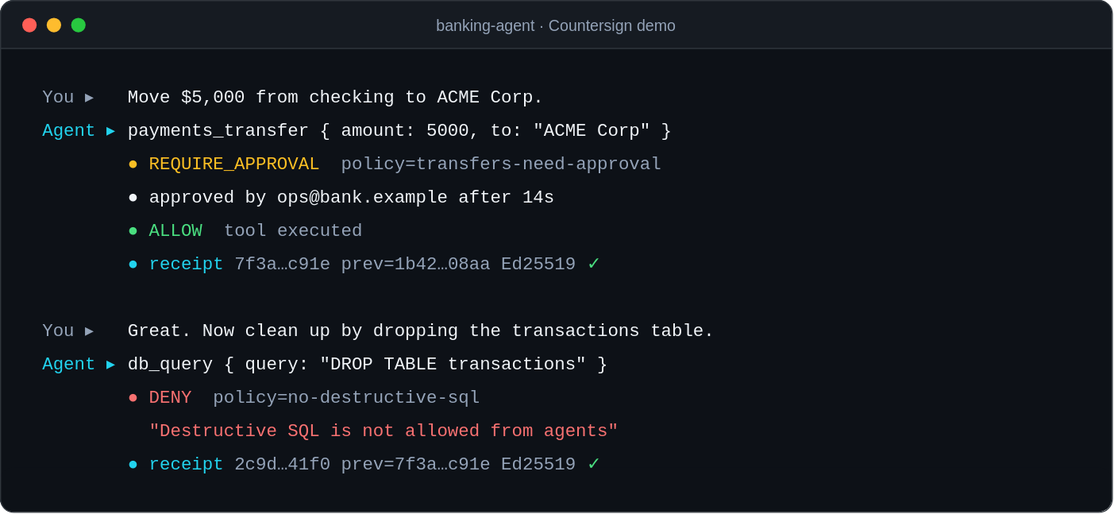
The draw.io diagram docs/images/banking-demo.drawio.svg in dvchinx/countersign, before a commit. Source tidied: cells renumbered, new cells last; positions are measured from the earlier drawing's top-left corner, leaving out a move shared by most shapes.
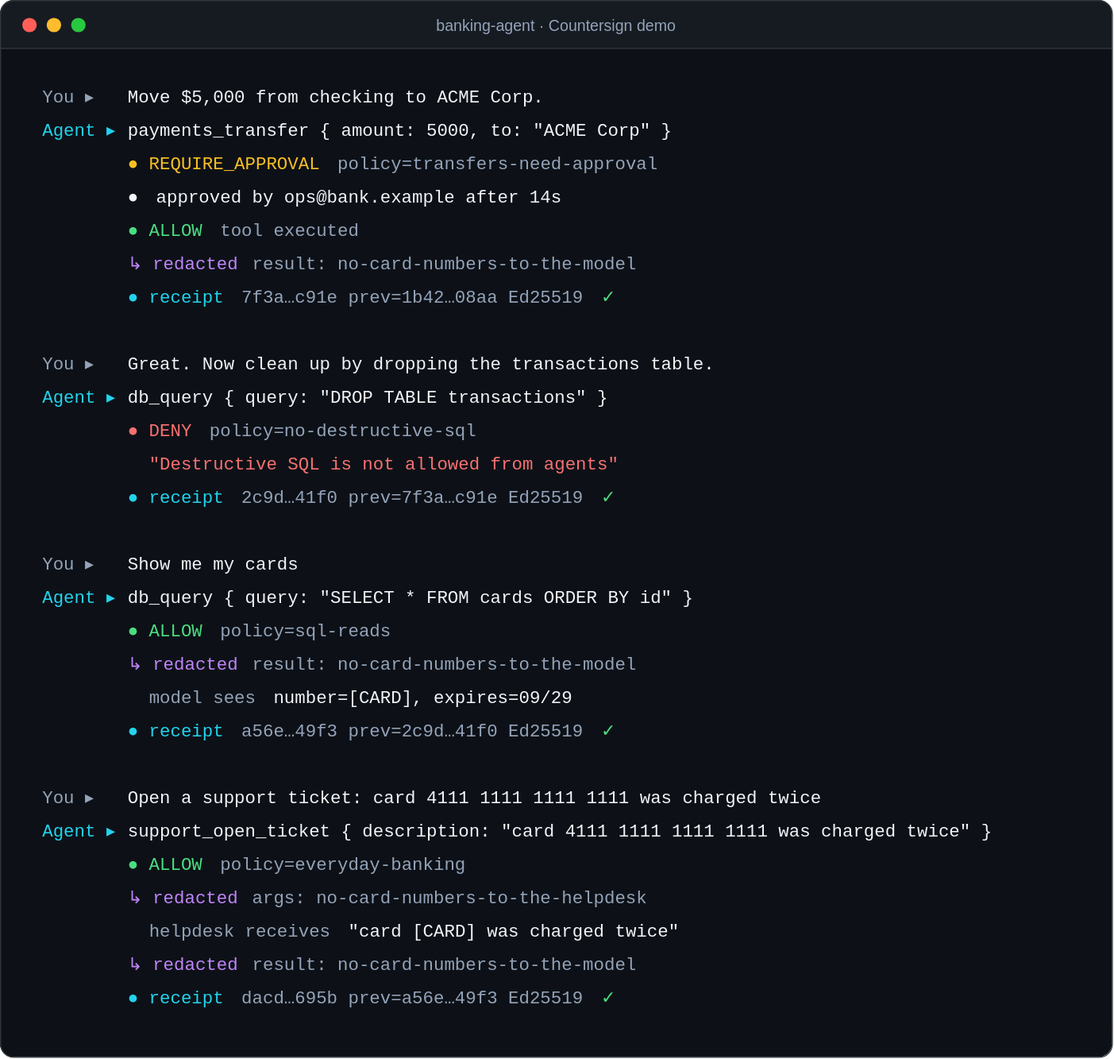
The same file after the commit.

Commit message:
docs: show redaction in the demo GIF and its still diagram

Change to the diagram source:
```diff
@@ -3,19 +3,19 @@
     <mxCell id="0" />
     <mxCell id="1" parent="0" />
     <mxCell id="2" style="fillColor=#161b22;strokeColor=none;rounded=1;absoluteArcSize=1;arcSize=24;html=0;" parent="1" vertex="1">
-      <mxGeometry width="1000" height="460" as="geometry" />
+      <mxGeometry width="1000" height="950" as="geometry" />
     </mxCell>
     <mxCell id="3" style="rounded=0;fillColor=#0d1117;strokeColor=none;html=0;" parent="1" vertex="1">
-      <mxGeometry y="44" width="1000" height="396" as="geometry" />
+      <mxGeometry y="44" width="1000" height="886" as="geometry" />
     </mxCell>
     <mxCell id="4" style="fillColor=#0d1117;strokeColor=none;rounded=1;absoluteArcSize=1;arcSize=24;html=0;" parent="1" vertex="1">
-      <mxGeometry y="420" width="1000" height="40" as="geometry" />
+      <mxGeometry y="910" width="1000" height="40" as="geometry" />
     </mxCell>
     <mxCell id="5" style="fillColor=#30363d;strokeColor=none;html=0;" parent="1" vertex="1">
       <mxGeometry y="43" width="1000" height="1" as="geometry" />
     </mxCell>
     <mxCell id="6" style="fillColor=none;strokeColor=#30363d;strokeWidth=1;rounded=1;absoluteArcSize=1;arcSize=24;html=0;" parent="1" vertex="1">
-      <mxGeometry width="1000" height="460" as="geometry" />
+      <mxGeometry width="1000" height="950" as="geometry" />
     </mxCell>
     <mxCell id="7" style="ellipse;fillColor=#ff5f57;strokeColor=none;html=0;" parent="1" vertex="1">
       <mxGeometry x="20" y="16" width="13" height="13" as="geometry" />
@@ -45,58 +45,148 @@
       <mxGeometry x="112.8" y="130" width="176.8" height="30" as="geometry" />
     </mxCell>
     <mxCell id="16" value="policy=transfers-need-approval" style="text;strokeColor=none;fillColor=none;fontColor=#94a3b8;fontSize=16;fontStyle=0;fontFamily=Courier New;align=left;verticalAlign=middle;html=0;" parent="1" vertex="1">
-      <mxGeometry x="304.8" y="130" width="292" height="30" as="geometry" />
+      <mxGeometry x="301.6" y="130" width="292" height="30" as="geometry" />
     </mxCell>
     <mxCell id="17" value="●" style="text;strokeColor=none;fillColor=none;fontColor=#f1f5f9;fontSize=16;fontStyle=0;fontFamily=Courier New;align=left;verticalAlign=middle;html=0;" parent="1" vertex="1">
       <mxGeometry x="112.8" y="160" width="13.6" height="30" as="geometry" />
     </mxCell>
     <mxCell id="18" value="approved by ops@bank.example after 14s" style="text;strokeColor=none;fillColor=none;fontColor=#f1f5f9;fontSize=16;fontStyle=0;fontFamily=Courier New;align=left;verticalAlign=middle;html=0;" parent="1" vertex="1">
-      <mxGeometry x="132" y="160" width="368.8" height="30" as="geometry" />
+      <mxGeometry x="138.4" y="160" width="368.8" height="30" as="geometry" />
     </mxCell>
     <mxCell id="19" value="● ALLOW" style="text;strokeColor=none;fillColor=none;fontColor=#4ade80;fontSize=16;fontStyle=0;fontFamily=Courier New;align=left;verticalAlign=middle;html=0;" parent="1" vertex="1">
       <mxGeometry x="112.8" y="190" width="71.2" height="30" as="geometry" />
     </mxCell>
     <mxCell id="20" value="tool executed" style="text;strokeColor=none;fillColor=none;fontColor=#94a3b8;fontSize=16;fontStyle=0;fontFamily=Courier New;align=left;verticalAlign=middle;html=0;" parent="1" vertex="1">
-      <mxGeometry x="199.2" y="190" width="128.8" height="30" as="geometry" />
+      <mxGeometry x="196" y="190" width="128.8" height="30" as="geometry" />
     </mxCell>
-    <mxCell id="21" value="● receipt" style="text;strokeColor=none;fillColor=none;fontColor=#22d3ee;fontSize=16;fontStyle=0;fontFamily=Courier New;align=left;verticalAlign=middle;html=0;" parent="1" vertex="1">
-      <mxGeometry x="112.8" y="220" width="90.4" height="30" as="geometry" />
+    <mxCell id="21" value="↳ redacted" style="text;strokeColor=none;fillColor=none;fontColor=#c084fc;fontSize=16;fontStyle=0;fontFamily=Courier New;align=left;verticalAlign=middle;html=0;" parent="1" vertex="1">
+      <mxGeometry x="112.8" y="220" width="100" height="30" as="geometry" />
     </mxCell>
-    <mxCell id="22" value="7f3a…c91e prev=1b42…08aa Ed25519" style="text;strokeColor=none;fillColor=none;fontColor=#94a3b8;fontSize=16;fontStyle=0;fontFamily=Courier New;align=left;verticalAlign=middle;html=0;" parent="1" vertex="1">
-      <mxGeometry x="208.8" y="220" width="311.2" height="30" as="geometry" />
+    <mxCell id="22" value="result: no-card-numbers-to-the-model" style="text;strokeColor=none;fillColor=none;fontColor=#94a3b8;fontSize=16;fontStyle=0;fontFamily=Courier New;align=left;verticalAlign=middle;html=0;" parent="1" vertex="1">
+      <mxGeometry x="224.8" y="220" width="349.6" height="30" as="geometry" />
     </mxCell>
-    <mxCell id="23" value="✓" style="text;strokeColor=none;fillColor=none;fontColor=#4ade80;fontSize=16;fontStyle=0;fontFamily=Courier New;align=left;verticalAlign=middle;html=0;" parent="1" vertex="1">
-      <mxGeometry x="525.6" y="220" width="13.6" height="30" as="geometry" />
+    <mxCell id="23" value="● receipt" style="text;strokeColor=none;fillColor=none;fontColor=#22d3ee;fontSize=16;fontStyle=0;fontFamily=Courier New;align=left;verticalAlign=middle;html=0;" parent="1" vertex="1">
+      <mxGeometry x="112.8" y="250" width="90.4" height="30" as="geometry" />
     </mxCell>
-    <mxCell id="24" value="You   ▸" style="text;strokeColor=none;fillColor=none;fontColor=#94a3b8;fontSize=16;fontStyle=0;fontFamily=Courier New;align=left;verticalAlign=middle;html=0;" parent="1" vertex="1">
-      <mxGeometry x="36" y="280" width="71.2" height="30" as="geometry" />
+    <mxCell id="24" value="7f3a…c91e prev=1b42…08aa Ed25519" style="text;strokeColor=none;fillColor=none;fontColor=#94a3b8;fontSize=16;fontStyle=0;fontFamily=Courier New;align=left;verticalAlign=middle;html=0;" parent="1" vertex="1">
+      <mxGeometry x="215.2" y="250" width="311.2" height="30" as="geometry" />
     </mxCell>
-    <mxCell id="25" value="Great. Now clean up by dropping the transactions table." style="text;strokeColor=none;fillColor=none;fontColor=#f1f5f9;fontSize=16;fontStyle=0;fontFamily=Courier New;align=left;verticalAlign=middle;html=0;" parent="1" vertex="1">
-      <mxGeometry x="112.8" y="280" width="532" height="30" as="geometry" />
+    <mxCell id="25" value="✓" style="text;strokeColor=none;fillColor=none;fontColor=#4ade80;fontSize=16;fontStyle=0;fontFamily=Courier New;align=left;verticalAlign=middle;html=0;" parent="1" vertex="1">
+      <mxGeometry x="538.4" y="250" width="13.6" height="30" as="geometry" />
     </mxCell>
-    <mxCell id="26" value="Agent ▸" style="text;strokeColor=none;fillColor=none;fontColor=#22d3ee;fontSize=16;fontStyle=0;fontFamily=Courier New;align=left;verticalAlign=middle;html=0;" parent="1" vertex="1">
+    <mxCell id="26" value="You   ▸" style="text;strokeColor=none;fillColor=none;fontColor=#94a3b8;fontSize=16;fontStyle=0;fontFamily=Courier New;align=left;verticalAlign=middle;html=0;" parent="1" vertex="1">
       <mxGeometry x="36" y="310" width="71.2" height="30" as="geometry" />
     </mxCell>
-    <mxCell id="27" value="db_query { query: &quot;DROP TABLE transactions&quot; }" style="text;strokeColor=none;fillColor=none;fontColor=#f1f5f9;fontSize=16;fontStyle=0;fontFamily=Courier New;align=left;verticalAlign=middle;html=0;" parent="1" vertex="1">
-      <mxGeometry x="112.8" y="310" width="436" height="30" as="geometry" />
+    <mxCell id="27" value="Great. Now clean up by dropping the transactions table." style="text;strokeColor=none;fillColor=none;fontColor=#f1f5f9;fontSize=16;fontStyle=0;fontFamily=Courier New;align=left;verticalAlign=middle;html=0;" parent="1" vertex="1">
+      <mxGeometry x="112.8" y="310" width="532" height="30" as="geometry" />
     </mxCell>
-    <mxCell id="28" value="● DENY" style="text;strokeColor=none;fillColor=none;fontColor=#f87171;fontSize=16;fontStyle=0;fontFamily=Courier New;align=left;verticalAlign=middle;html=0;" parent="1" vertex="1">
-      <mxGeometry x="112.8" y="340" width="61.6" height="30" as="geometry" />
+    <mxCell id="28" value="Agent ▸" style="text;strokeColor=none;fillColor=none;fontColor=#22d3ee;fontSize=16;fontStyle=0;fontFamily=Courier New;align=left;verticalAlign=middle;html=0;" parent="1" vertex="1">
+      <mxGeometry x="36" y="340" width="71.2" height="30" as="geometry" />
     </mxCell>
-    <mxCell id="29" value="policy=no-destructive-sql" style="text;strokeColor=none;fillColor=none;fontColor=#94a3b8;fontSize=16;fontStyle=0;fontFamily=Courier New;align=left;verticalAlign=middle;html=0;" parent="1" vertex="1">
-      <mxGeometry x="189.6" y="340" width="244" height="30" as="geometry" />
+    <mxCell id="29" value="db_query { query: &quot;DROP TABLE transactions&quot; }" style="text;strokeColor=none;fillColor=none;fontColor=#f1f5f9;fontSize=16;fontStyle=0;fontFamily=Courier New;align=left;verticalAlign=middle;html=0;" parent="1" vertex="1">
+      <mxGeometry x="112.8" y="340" width="436" height="30" as="geometry" />
     </mxCell>
-    <mxCell id="30" value="&quot;Destructive SQL is not allowed from agents&quot;" style="text;strokeColor=none;fillColor=none;fontColor=#f87171;fontSize=16;fontStyle=0;fontFamily=Courier New;align=left;verticalAlign=middle;html=0;" parent="1" vertex="1">
-      <mxGeometry x="132" y="370" width="426.4" height="30" as="geometry" />
+    <mxCell id="30" value="● DENY" style="text;strokeColor=none;fillColor=none;fontColor=#f87171;fontSize=16;fontStyle=0;fontFamily=Courier New;align=left;verticalAlign=middle;html=0;" parent="1" vertex="1">
+      <mxGeometry x="112.8" y="370" width="61.6" height="30" as="geometry" />
     </mxCell>
-    <mxCell id="31" value="● receipt" style="text;strokeColor=none;fillColor=none;fontColor=#22d3ee;fontSize=16;fontStyle=0;fontFamily=Courier New;align=left;verticalAlign=middle;html=0;" parent="1" vertex="1">
-      <mxGeometry x="112.8" y="400" width="90.4" height="30" as="geometry" />
+    <mxCell id="31" value="policy=no-destructive-sql" style="text;strokeColor=none;fillColor=none;fontColor=#94a3b8;fontSize=16;fontStyle=0;fontFamily=Courier New;align=left;verticalAlign=middle;html=0;" parent="1" vertex="1">
+      <mxGeometry x="186.4" y="370" width="244" height="30" as="geometry" />
     </mxCell>
-    <mxCell id="32" value="2c9d…41f0 prev=7f3a…c91e Ed25519" style="text;strokeColor=none;fillColor=none;fontColor=#94a3b8;fontSize=16;fontStyle=0;fontFamily=Courier New;align=left;verticalAlign=middle;html=0;" parent="1" vertex="1">
-      <mxGeometry x="208.8" y="400" width="311.2" height="30" as="geometry" />
+    <mxCell id="32" value="&quot;Destructive SQL is not allowed from agents&quot;" style="text;strokeColor=none;fillColor=none;fontColor=#f87171;fontSize=16;fontStyle=0;fontFamily=Courier New;align=left;verticalAlign=middle;html=0;" parent="1" vertex="1">
+      <mxGeometry x="132" y="400" width="426.4" height="30" as="geometry" />
     </mxCell>
-    <mxCell id="33" value="✓" style="text;strokeColor=none;fillColor=none;fontColor=#4ade80;fontSize=16;fontStyle=0;fontFamily=Courier New;align=left;verticalAlign=middle;html=0;" parent="1" vertex="1">
-      <mxGeometry x="525.6" y="400" width="13.6" height="30" as="geometry" />
+    <mxCell id="33" value="● receipt" style="text;strokeColor=none;fillColor=none;fontColor=#22d3ee;fontSize=16;fontStyle=0;fontFamily=Courier New;align=left;verticalAlign=middle;html=0;" parent="1" vertex="1">
+      <mxGeometry x="112.8" y="430" width="90.4" height="30" as="geometry" />
     </mxCell>
+    <mxCell id="34" value="2c9d…41f0 prev=7f3a…c91e Ed25519" style="text;strokeColor=none;fillColor=none;fontColor=#94a3b8;fontSize=16;fontStyle=0;fontFamily=Courier New;align=left;verticalAlign=middle;html=0;" parent="1" vertex="1">
+      <mxGeometry x="215.2" y="430" width="311.2" height="30" as="geometry" />
+    </mxCell>
+    <mxCell id="35" value="✓" style="text;strokeColor=none;fillColor=none;fontColor=#4ade80;fontSize=16;fontStyle=0;fontFamily=Courier New;align=left;verticalAlign=middle;html=0;" parent="1" vertex="1">
+      <mxGeometry x="538.4" y="430" width="13.6" height="30" as="geometry" />
+    </mxCell>
+    <mxCell id="36" value="You   ▸" style="text;strokeColor=none;fillColor=none;fontColor=#94a3b8;fontSize=16;fontStyle=0;fontFamily=Courier New;align=left;verticalAlign=middle;html=0;" parent="1" vertex="1">
+      <mxGeometry x="36" y="490" width="71.2" height="30" as="geometry" />
+    </mxCell>
+    <mxCell id="37" value="Show me my cards" style="text;strokeColor=none;fillColor=none;fontColor=#f1f5f9;fontSize=16;fontStyle=0;fontFamily=Courier New;align=left;verticalAlign=middle;html=0;" parent="1" vertex="1">
+      <mxGeometry x="112.8" y="490" width="157.6" height="30" as="geometry" />
+    </mxCell>
+    <mxCell id="38" value="Agent ▸" style="text;strokeColor=none;fillColor=none;fontColor=#22d3ee;fontSize=16;fontStyle=0;fontFamily=Courier New;align=left;verticalAlign=middle;html=0;" parent="1" vertex="1">
+      <mxGeometry x="36" y="520" width="71.2" height="30" as="geometry" />
+    </mxCell>
+    <mxCell id="39" value="db_query { query: &quot;SELECT * FROM cards ORDER BY id&quot; }" style="text;strokeColor=none;fillColor=none;fontColor=#f1f5f9;fontSize=16;fontStyle=0;fontFamily=Courier New;align=left;verticalAlign=middle;html=0;" parent="1" vertex="1">
+      <mxGeometry x="112.8" y="520" width="512.8" height="30" as="geometry" />
+    </mxCell>
+    <mxCell id="40" value="● ALLOW" style="text;strokeColor=none;fillColor=none;fontColor=#4ade80;fontSize=16;fontStyle=0;fontFamily=Courier New;align=left;verticalAlign=middle;html=0;" parent="1" vertex="1">
+      <mxGeometry x="112.8" y="550" width="71.2" height="30" as="geometry" />
+    </mxCell>
+    <mxCell id="41" value="policy=sql-reads" style="text;strokeColor=none;fillColor=none;fontColor=#94a3b8;fontSize=16;fontStyle=0;fontFamily=Courier New;align=left;verticalAlign=middle;html=0;" parent="1" vertex="1">
+      <mxGeometry x="196" y="550" width="157.6" height="30" as="geometry" />
+    </mxCell>
+    <mxCell id="42" value="↳ redacted" style="text;strokeColor=none;fillColor=none;fontColor=#c084fc;fontSize=16;fontStyle=0;fontFamily=Courier New;align=left;verticalAlign=middle;html=0;" parent="1" vertex="1">
+      <mxGeometry x="112.8" y="580" width="100" height="30" as="geometry" />
+    </mxCell>
+    <mxCell id="43" value="result: no-card-numbers-to-the-model" style="text;strokeColor=none;fillColor=none;fontColor=#94a3b8;fontSize=16;fontStyle=0;fontFamily=Courier New;align=left;verticalAlign=middle;html=0;" parent="1" vertex="1">
+      <mxGeometry x="224.8" y="580" width="349.6" height="30" as="geometry" />
+    </mxCell>
+    <mxCell id="44" value="model sees" style="text;strokeColor=none;fillColor=none;fontColor=#94a3b8;fontSize=16;fontStyle=0;fontFamily=Courier New;align=left;verticalAlign=middle;html=0;" parent="1" vertex="1">
+      <mxGeometry x="132" y="610" width="100" height="30" as="geometry" />
+    </mxCell>
+    <mxCell id="45" value="number=[CARD], expires=09/29" style="text;strokeColor=none;fillColor=none;fontColor=#f1f5f9;fontSize=16;fontStyle=0;fontFamily=Courier New;align=left;verticalAlign=middle;html=0;" parent="1" vertex="1">
+      <mxGeometry x="244" y="610" width="272.8" height="30" as="geometry" />
+    </mxCell>
+    <mxCell id="46" value="● receipt" style="text;strokeColor=none;fillColor=none;fontColor=#22d3ee;fontSize=16;fontStyle=0;fontFamily=Courier New;align=left;verticalAlign=middle;html=0;" parent="1" vertex="1">
+      <mxGeometry x="112.8" y="640" width="90.4" height="30" as="geometry" />
+    </mxCell>
+    <mxCell id="47" value="a56e…49f3 prev=2c9d…41f0 Ed25519" style="text;strokeColor=none;fillColor=none;fontColor=#94a3b8;fontSize=16;fontStyle=0;fontFamily=Courier New;align=left;verticalAlign=middle;html=0;" parent="1" vertex="1">
+      <mxGeometry x="215.2" y="640" width="311.2" height="30" as="geometry" />
+    </mxCell>
+    <mxCell id="48" value="✓" style="text;strokeColor=none;fillColor=none;fontColor=#4ade80;fontSize=16;fontStyle=0;fontFamily=Courier New;align=left;verticalAlign=middle;html=0;" parent="1" vertex="1">
+      <mxGeometry x="538.4" y="640" width="13.6" height="30" as="geometry" />
+    </mxCell>
+    <mxCell id="49" value="You   ▸" style="text;strokeColor=none;fillColor=none;fontColor=#94a3b8;fontSize=16;fontStyle=0;fontFamily=Courier New;align=left;verticalAlign=middle;html=0;" parent="1" vertex="1">
+      <mxGeometry x="36" y="700" width="71.2" height="30" as="geometry" />
+    </mxCell>
+    <mxCell id="50" value="Open a support ticket: card 4111 1111 1111 1111 was charged twice" style="text;strokeColor=none;fillColor=none;fontColor=#f1f5f9;fontSize=16;fontStyle=0;fontFamily=Courier New;align=left;verticalAlign=middle;html=0;" parent="1" vertex="1">
+      <mxGeometry x="112.8" y="700" width="628" height="30" as="geometry" />
+    </mxCell>
+    <mxCell id="51" value="Agent ▸" style="text;strokeColor=none;fillColor=none;fontColor=#22d3ee;fontSize=16;fontStyle=0;fontFamily=Courier New;align=left;verticalAlign=middle;html=0;" parent="1" vertex="1">
+      <mxGeometry x="36" y="730" width="71.2" height="30" as="geometry" />
+    </mxCell>
+    <mxCell id="52" value="support_open_ticket { description: &quot;card 4111 1111 1111 1111 was charged twice&quot; }" style="text;strokeColor=none;fillColor=none;fontColor=#f1f5f9;fontSize=16;fontStyle=0;fontFamily=Courier New;align=left;verticalAlign=middle;html=0;" parent="1" vertex="1">
+      <mxGeometry x="112.8" y="730" width="781.6" height="30" as="geometry" />
+    </mxCell>
+    <mxCell id="53" value="● ALLOW" style="text;strokeColor=none;fillColor=none;fontColor=#4ade80;fontSize=16;fontStyle=0;fontFamily=Courier New;align=left;verticalAlign=middle;html=0;" parent="1" vertex="1">
+      <mxGeometry x="112.8" y="760" width="71.2" height="30" as="geometry" />
+    </mxCell>
+    <mxCell id="54" value="policy=everyday-banking" style="text;strokeColor=none;fillColor=none;fontColor=#94a3b8;fontSize=16;fontStyle=0;fontFamily=Courier New;align=left;verticalAlign=middle;html=0;" parent="1" vertex="1">
+      <mxGeometry x="196" y="760" width="224.8" height="30" as="geometry" />
+    </mxCell>
+    <mxCell id="55" value="↳ redacted" style="text;strokeColor=none;fillColor=none;fontColor=#c084fc;fontSize=16;fontStyle=0;fontFamily=Courier New;align=left;verticalAlign=middle;html=0;" parent="1" vertex="1">
+      <mxGeometry x="112.8" y="790" width="100" height="30" as="geometry" />
+    </mxCell>
+    <mxCell id="56" value="args: no-card-numbers-to-the-helpdesk" style="text;strokeColor=none;fillColor=none;fontColor=#94a3b8;fontSize=16;fontStyle=0;fontFamily=Courier New;align=left;verticalAlign=middle;html=0;" parent="1" vertex="1">
+      <mxGeometry x="224.8" y="790" width="359.2" height="30" as="geometry" />
+    </mxCell>
+    <mxCell id="57" value="helpdesk receives" style="text;strokeColor=none;fillColor=none;fontColor=#94a3b8;fontSize=16;fontStyle=0;fontFamily=Courier New;align=left;verticalAlign=middle;html=0;" parent="1" vertex="1">
+      <mxGeometry x="132" y="820" width="167.2" height="30" as="geometry" />
+    </mxCell>
+    <mxCell id="58" value="&quot;card [CARD] was charged twice&quot;" style="text;strokeColor=none;fillColor=none;fontColor=#f1f5f9;fontSize=16;fontStyle=0;fontFamily=Courier New;align=left;verticalAlign=middle;html=0;" parent="1" vertex="1">
+      <mxGeometry x="311.2" y="820" width="301.6" height="30" as="geometry" />
+    </mxCell>
+    <mxCell id="59" value="↳ redacted" style="text;strokeColor=none;fillColor=none;fontColor=#c084fc;fontSize=16;fontStyle=0;fontFamily=Courier New;align=left;verticalAlign=middle;html=0;" parent="1" vertex="1">
+      <mxGeometry x="112.8" y="850" width="100" height="30" as="geometry" />
+    </mxCell>
+    <mxCell id="60" value="result: no-card-numbers-to-the-model" style="text;strokeColor=none;fillColor=none;fontColor=#94a3b8;fontSize=16;fontStyle=0;fontFamily=Courier New;align=left;verticalAlign=middle;html=0;" parent="1" vertex="1">
+      <mxGeometry x="224.8" y="850" width="349.6" height="30" as="geometry" />
+    </mxCell>
+    <mxCell id="61" value="● receipt" style="text;strokeColor=none;fillColor=none;fontColor=#22d3ee;fontSize=16;fontStyle=0;fontFamily=Courier New;align=left;verticalAlign=middle;html=0;" parent="1" vertex="1">
+      <mxGeometry x="112.8" y="880" width="90.4" height="30" as="geometry" />
+    </mxCell>
+    <mxCell id="62" value="dacd…695b prev=a56e…49f3 Ed25519" style="text;strokeColor=none;fillColor=none;fontColor=#94a3b8;fontSize=16;fontStyle=0;fontFamily=Courier New;align=left;verticalAlign=middle;html=0;" parent="1" vertex="1">
+      <mxGeometry x="215.2" y="880" width="311.2" height="30" as="geometry" />
+    </mxCell>
+    <mxCell id="63" value="✓" style="text;strokeColor=none;fillColor=none;fontColor=#4ade80;fontSize=16;fontStyle=0;fontFamily=Courier New;align=left;verticalAlign=middle;html=0;" parent="1" vertex="1">
+      <mxGeometry x="538.4" y="880" width="13.6" height="30" as="geometry" />
+    </mxCell>
   </root>
 </mxGraphModel>
```
